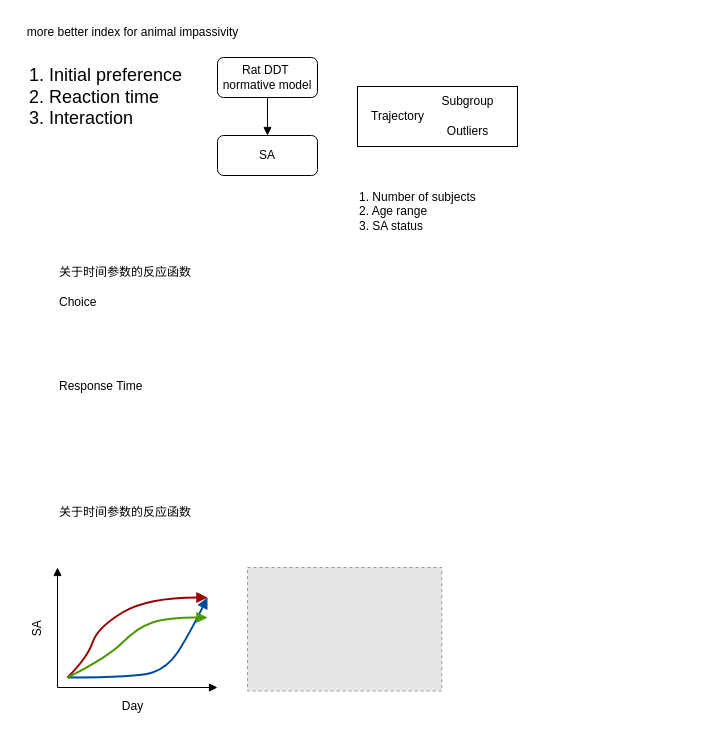
Ernest861/demo keeps this draw.io diagram as RatDDT_SA.drawio. Above is the earlier version. Source tidied: cells renumbered, new cells numbered last; positions are measured from the earlier drawing's top-left corner, leaving out a move shared by most shapes. Both pictures are drawn from the tidied source at 100%, with x=0, y=0 at pixel (17, 17). Pictures stored in the file or linked from it are replaced by grey dashed boxes.
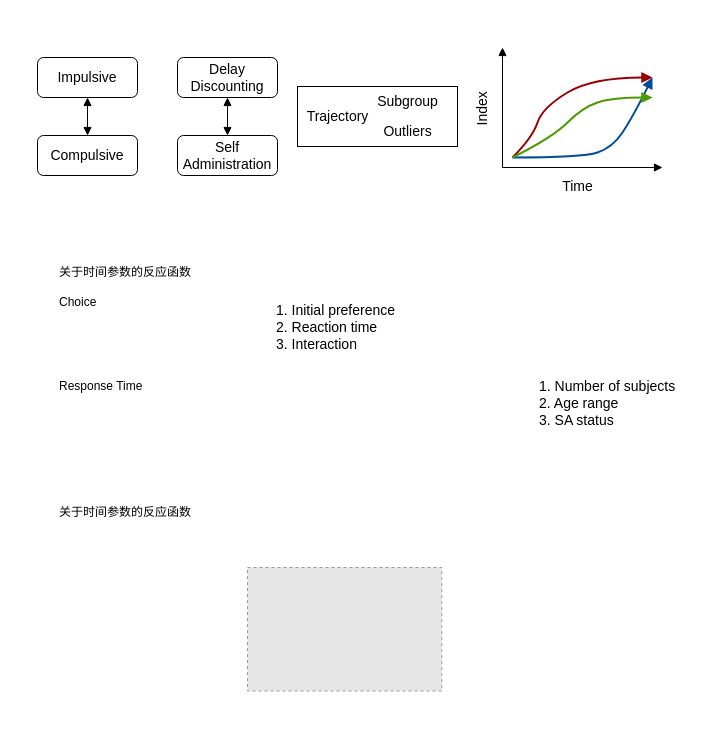
After the change.

The edit, as a diff of the source:
```diff
@@
-    <mxCell id="2" style="rounded=0;whiteSpace=wrap;html=1;" parent="1" vertex="1">
-      <mxGeometry x="340" y="69" width="160" height="60" as="geometry" />
-    </mxCell>
-    <mxCell id="3" style="edgeStyle=orthogonalEdgeStyle;rounded=0;jettySize=auto;html=1;endArrow=block;endFill=1;" parent="1" edge="1" source="4" target="5">
-      <mxGeometry relative="1" as="geometry" />
-    </mxCell>
-    <mxCell id="4" value="Rat DDT&amp;nbsp;&lt;div&gt;normative model&lt;/div&gt;" style="rounded=1;whiteSpace=wrap;html=1;" parent="1" vertex="1">
-      <mxGeometry x="200" y="40" width="100" height="40" as="geometry" />
-    </mxCell>
-    <mxCell id="5" value="SA" style="rounded=1;whiteSpace=wrap;html=1;" parent="1" vertex="1">
-      <mxGeometry x="200" y="118" width="100" height="40" as="geometry" />
-    </mxCell>
-    <mxCell id="6" value="Trajectory" style="text;html=1;align=center;verticalAlign=middle;strokeColor=none;fillColor=none;" parent="1" vertex="1">
-      <mxGeometry x="340" y="84" width="80" height="30" as="geometry" />
-    </mxCell>
-    <mxCell id="7" value="Subgroup" style="text;html=1;align=center;verticalAlign=middle;strokeColor=none;fillColor=none;" parent="1" vertex="1">
-      <mxGeometry x="410" y="69" width="80" height="30" as="geometry" />
-    </mxCell>
-    <mxCell id="8" value="Outliers" style="text;html=1;align=center;verticalAlign=middle;strokeColor=none;fillColor=none;" parent="1" vertex="1">
-      <mxGeometry x="420" y="99" width="60" height="30" as="geometry" />
-    </mxCell>
-    <mxCell id="9" value="more better index for animal impassivity" style="text;html=1;align=center;verticalAlign=middle;strokeColor=none;fillColor=none;" parent="1" vertex="1">
-      <mxGeometry width="230" height="30" as="geometry" />
-    </mxCell>
-    <mxCell id="10" value="&lt;div&gt;&lt;span style=&quot;font-size: 18px;&quot;&gt;1. Initial preference&lt;/span&gt;&lt;/div&gt;&lt;div&gt;&lt;span style=&quot;font-size: 18px;&quot;&gt;2. Reaction time&lt;/span&gt;&lt;/div&gt;&lt;div&gt;&lt;span style=&quot;font-size: 18px;&quot;&gt;3. Interaction&lt;/span&gt;&lt;/div&gt;" style="text;html=1;align=left;verticalAlign=middle;strokeColor=none;fillColor=none;" parent="1" vertex="1">
-      <mxGeometry x="10" y="40" width="180" height="80" as="geometry" />
+    <mxCell id="10" value="&lt;div&gt;&lt;font&gt;1. Initial preference&lt;/font&gt;&lt;/div&gt;&lt;div&gt;&lt;font&gt;2. Reaction time&lt;/font&gt;&lt;/div&gt;&lt;div&gt;&lt;font&gt;3. Interaction&lt;/font&gt;&lt;/div&gt;" style="text;html=1;align=left;verticalAlign=middle;strokeColor=none;fillColor=none;fontSize=14;" parent="1" vertex="1">
+      <mxGeometry x="257.1" y="280" width="140" height="60" as="geometry" />
     </mxCell>
-    <mxCell id="11" value="1. Number of subjects&#10;2. Age range&#10;3. SA status" style="text;whiteSpace=wrap;" parent="1" vertex="1">
-      <mxGeometry x="340" y="166" width="150" height="70" as="geometry" />
+    <mxCell id="11" value="1. Number of subjects&#10;2. Age range&#10;3. SA status" style="text;whiteSpace=wrap;fontSize=14;" parent="1" vertex="1">
+      <mxGeometry x="520" y="354" width="150" height="70" as="geometry" />
     </mxCell>
@@
+    <mxCell id="20" style="fillColor=#E6E6E6;strokeColor=#999999;dashed=1;verticalLabelPosition=bottom;labelBackgroundColor=default;verticalAlign=top;" parent="1" vertex="1">
+      <mxGeometry x="230" y="550" width="194.3" height="123.5" as="geometry" />
+    </mxCell>
+    <mxCell id="24" style="group;fontSize=14;" parent="1" vertex="1">
+      <mxGeometry x="450" y="30" width="195" height="153.5" as="geometry" />
+    </mxCell>
-    <mxCell id="16" style="endArrow=block;html=1;rounded=0;endFill=1;" parent="1" edge="1">
+    <mxCell id="16" style="endArrow=block;html=1;rounded=0;endFill=1;fontSize=14;" parent="24" edge="1">
       <mxGeometry relative="1" as="geometry">
-        <mxPoint x="40" y="670" as="sourcePoint" />
-        <mxPoint x="200" y="670" as="targetPoint" />
+        <mxPoint x="35" y="120" as="sourcePoint" />
+        <mxPoint x="195" y="120" as="targetPoint" />
       </mxGeometry>
     </mxCell>
-    <mxCell id="17" style="endArrow=block;html=1;rounded=0;endFill=1;" parent="1" edge="1">
+    <mxCell id="17" style="endArrow=block;html=1;rounded=0;endFill=1;fontSize=14;" parent="24" edge="1">
       <mxGeometry relative="1" as="geometry">
-        <mxPoint x="40" y="670" as="sourcePoint" />
-        <mxPoint x="40" y="550" as="targetPoint" />
+        <mxPoint x="35" y="120" as="sourcePoint" />
+        <mxPoint x="35" as="targetPoint" />
       </mxGeometry>
     </mxCell>
-    <mxCell id="18" style="curved=1;endArrow=block;html=1;rounded=0;fillColor=#dae8fc;strokeColor=#990000;endFill=1;strokeWidth=2;" parent="1" edge="1">
+    <mxCell id="18" style="curved=1;endArrow=block;html=1;rounded=0;fillColor=#dae8fc;strokeColor=#990000;endFill=1;strokeWidth=2;fontSize=14;" parent="24" edge="1">
       <mxGeometry relative="1" as="geometry">
-        <mxPoint x="50" y="660" as="sourcePoint" />
-        <mxPoint x="190" y="580" as="targetPoint" />
+        <mxPoint x="45" y="110" as="sourcePoint" />
+        <mxPoint x="185" y="30" as="targetPoint" />
         <Array as="points">
-          <mxPoint x="70" y="640" />
-          <mxPoint x="80" y="610" />
-          <mxPoint x="130" y="580" />
+          <mxPoint x="65" y="90" />
+          <mxPoint x="75" y="60" />
+          <mxPoint x="125" y="30" />
         </Array>
       </mxGeometry>
     </mxCell>
-    <mxCell id="19" style="curved=1;endArrow=block;html=1;rounded=0;fillColor=#f8cecc;strokeColor=#004C99;endFill=1;strokeWidth=2;" parent="1" edge="1">
+    <mxCell id="19" style="curved=1;endArrow=block;html=1;rounded=0;fillColor=#f8cecc;strokeColor=#004C99;endFill=1;strokeWidth=2;fontSize=14;" parent="24" edge="1">
       <mxGeometry relative="1" as="geometry">
-        <mxPoint x="50" y="660" as="sourcePoint" />
-        <mxPoint x="190" y="580" as="targetPoint" />
+        <mxPoint x="45" y="110" as="sourcePoint" />
+        <mxPoint x="185" y="30" as="targetPoint" />
         <Array as="points">
-          <mxPoint x="120" y="660" />
-          <mxPoint x="150" y="650" />
-          <mxPoint x="170" y="620" />
+          <mxPoint x="115" y="110" />
+          <mxPoint x="145" y="100" />
+          <mxPoint x="165" y="70" />
         </Array>
       </mxGeometry>
     </mxCell>
-    <mxCell id="20" style="fillColor=#E6E6E6;strokeColor=#999999;dashed=1;verticalLabelPosition=bottom;labelBackgroundColor=default;verticalAlign=top;" parent="1" vertex="1">
-      <mxGeometry x="230" y="550" width="194.3" height="123.5" as="geometry" />
-    </mxCell>
-    <mxCell id="21" style="curved=1;endArrow=block;html=1;rounded=0;fillColor=#dae8fc;strokeColor=#4D9900;endFill=1;strokeWidth=2;" parent="1" edge="1">
+    <mxCell id="21" style="curved=1;endArrow=block;html=1;rounded=0;fillColor=#dae8fc;strokeColor=#4D9900;endFill=1;strokeWidth=2;fontSize=14;" parent="24" edge="1">
       <mxGeometry relative="1" as="geometry">
-        <mxPoint x="50" y="660" as="sourcePoint" />
-        <mxPoint x="190" y="600" as="targetPoint" />
+        <mxPoint x="45" y="110" as="sourcePoint" />
+        <mxPoint x="185" y="50" as="targetPoint" />
         <Array as="points">
-          <mxPoint x="90" y="640" />
-          <mxPoint x="120" y="610" />
-          <mxPoint x="150" y="600" />
+          <mxPoint x="85" y="90" />
+          <mxPoint x="115" y="60" />
+          <mxPoint x="145" y="50" />
         </Array>
       </mxGeometry>
     </mxCell>
-    <mxCell id="22" value="SA" style="text;html=1;align=center;verticalAlign=middle;strokeColor=none;fillColor=none;rotation=-90;" parent="1" vertex="1">
-      <mxGeometry y="596.8" width="40" height="30" as="geometry" />
+    <mxCell id="22" value="Index" style="text;html=1;align=center;verticalAlign=middle;strokeColor=none;fillColor=none;rotation=-90;fontSize=14;" parent="24" vertex="1">
+      <mxGeometry x="-15" y="46.8" width="60" height="30" as="geometry" />
     </mxCell>
-    <mxCell id="23" value="Day" style="text;html=1;align=center;verticalAlign=middle;strokeColor=none;fillColor=none;rotation=0;" parent="1" vertex="1">
-      <mxGeometry x="95" y="673.5" width="40" height="30" as="geometry" />
+    <mxCell id="23" value="Time" style="text;html=1;align=center;verticalAlign=middle;strokeColor=none;fillColor=none;rotation=0;fontSize=14;" parent="24" vertex="1">
+      <mxGeometry x="85" y="123.5" width="50" height="30" as="geometry" />
     </mxCell>
+    <mxCell id="25" style="group;fontSize=14;" parent="1" vertex="1">
+      <mxGeometry x="280" y="69" width="160" height="60" as="geometry" />
+    </mxCell>
+    <mxCell id="2" style="rounded=0;whiteSpace=wrap;html=1;fontSize=14;" parent="25" vertex="1">
+      <mxGeometry width="160" height="60" as="geometry" />
+    </mxCell>
+    <mxCell id="6" value="Trajectory" style="text;html=1;align=center;verticalAlign=middle;strokeColor=none;fillColor=none;fontSize=14;" parent="25" vertex="1">
+      <mxGeometry x="-5" y="15" width="90" height="30" as="geometry" />
+    </mxCell>
+    <mxCell id="7" value="Subgroup" style="text;html=1;align=center;verticalAlign=middle;strokeColor=none;fillColor=none;fontSize=14;" parent="25" vertex="1">
+      <mxGeometry x="70" width="80" height="30" as="geometry" />
+    </mxCell>
+    <mxCell id="8" value="Outliers" style="text;html=1;align=center;verticalAlign=middle;strokeColor=none;fillColor=none;fontSize=14;" parent="25" vertex="1">
+      <mxGeometry x="75" y="30" width="70" height="30" as="geometry" />
+    </mxCell>
+    <mxCell id="26" style="group;fontSize=14;" parent="1" vertex="1">
+      <mxGeometry x="160" y="40" width="100" height="118" as="geometry" />
+    </mxCell>
+    <mxCell id="3" style="edgeStyle=orthogonalEdgeStyle;rounded=0;jettySize=auto;html=1;endArrow=block;endFill=1;fontSize=14;startArrow=block;startFill=1;" parent="26" edge="1" source="4" target="5">
+      <mxGeometry relative="1" as="geometry" />
+    </mxCell>
+    <mxCell id="4" value="Delay Discounting" style="rounded=1;whiteSpace=wrap;html=1;fontSize=14;" parent="26" vertex="1">
+      <mxGeometry width="100" height="40" as="geometry" />
+    </mxCell>
+    <mxCell id="5" value="Self Administration" style="rounded=1;whiteSpace=wrap;html=1;fontSize=14;" parent="26" vertex="1">
+      <mxGeometry y="78" width="100" height="40" as="geometry" />
+    </mxCell>
+    <mxCell id="27" style="group;fontSize=14;" parent="1" vertex="1">
+      <mxGeometry x="20" y="40" width="100" height="118" as="geometry" />
+    </mxCell>
+    <mxCell id="28" style="edgeStyle=orthogonalEdgeStyle;rounded=0;jettySize=auto;html=1;endArrow=block;endFill=1;fontSize=14;startArrow=block;startFill=1;" parent="27" edge="1" source="29" target="30">
+      <mxGeometry relative="1" as="geometry" />
+    </mxCell>
+    <mxCell id="29" value="Impulsive" style="rounded=1;whiteSpace=wrap;html=1;fontSize=14;" parent="27" vertex="1">
+      <mxGeometry width="100" height="40" as="geometry" />
+    </mxCell>
+    <mxCell id="30" value="Compulsive" style="rounded=1;whiteSpace=wrap;html=1;fontSize=14;" parent="27" vertex="1">
+      <mxGeometry y="78" width="100" height="40" as="geometry" />
+    </mxCell>
```
